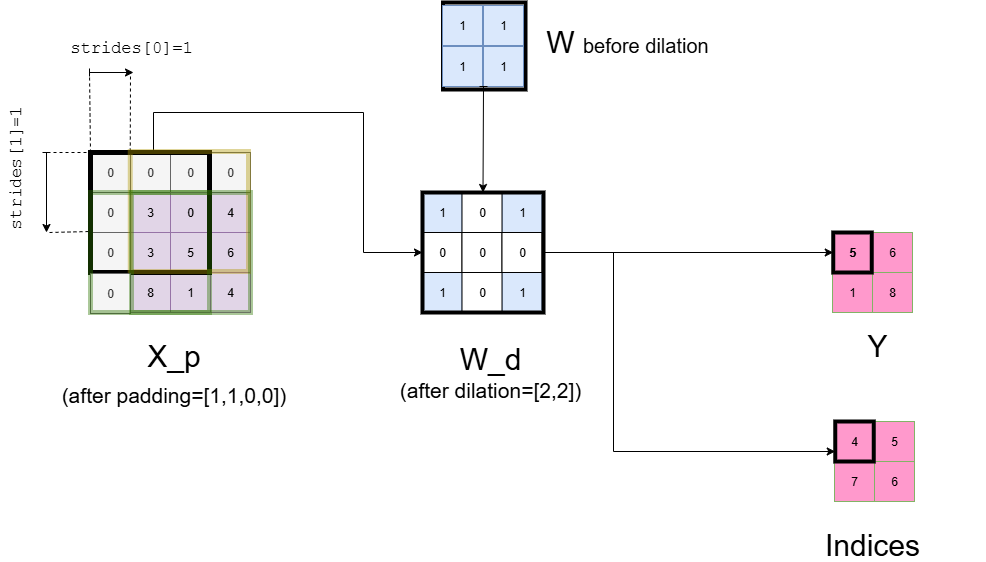
Earlier version of the draw.io export safety-related-profile/sonnx/ops/spec/informal/maxpool/assets/imgs/MaxPool_with_dilation.drawio.png (onnx/working-groups). Source tidied: cells renumbered, new cells last; positions are measured from the earlier drawing's top-left corner, leaving out a move shared by most shapes. Its diagram source:
```xml
<mxGraphModel>
  <root>
    <mxCell id="0" />
    <mxCell id="1" parent="0" />
    <mxCell id="2" value="7" style="whiteSpace=wrap;html=1;fillColor=#ff99cc;strokeColor=#82b366;" parent="1" vertex="1">
      <mxGeometry x="849" y="459" width="40" height="40" as="geometry" />
    </mxCell>
    <mxCell id="3" style="rounded=0;whiteSpace=wrap;html=1;fillColor=none;strokeWidth=4;" parent="1" vertex="1">
      <mxGeometry x="457.5" width="82.5" height="87" as="geometry" />
    </mxCell>
    <mxCell id="4" value="3" style="whiteSpace=wrap;html=1;fillColor=#e1d5e7;strokeColor=#9673a6;" parent="1" vertex="1">
      <mxGeometry x="145" y="190" width="40" height="40" as="geometry" />
    </mxCell>
    <mxCell id="5" value="3" style="whiteSpace=wrap;html=1;fillColor=#e1d5e7;strokeColor=#9673a6;" parent="1" vertex="1">
      <mxGeometry x="145" y="230" width="40" height="40" as="geometry" />
    </mxCell>
    <mxCell id="6" value="5" style="whiteSpace=wrap;html=1;fillColor=#e1d5e7;strokeColor=#9673a6;" parent="1" vertex="1">
      <mxGeometry x="185" y="230" width="40" height="40" as="geometry" />
    </mxCell>
    <mxCell id="7" value="4" style="whiteSpace=wrap;html=1;fillColor=#e1d5e7;strokeColor=#9673a6;" parent="1" vertex="1">
      <mxGeometry x="225" y="190" width="40" height="40" as="geometry" />
    </mxCell>
    <mxCell id="8" value="6" style="whiteSpace=wrap;html=1;fillColor=#e1d5e7;strokeColor=#9673a6;" parent="1" vertex="1">
      <mxGeometry x="225" y="230" width="40" height="40" as="geometry" />
    </mxCell>
    <mxCell id="9" value="8" style="whiteSpace=wrap;html=1;fillColor=#e1d5e7;strokeColor=#9673a6;" parent="1" vertex="1">
      <mxGeometry x="145" y="270" width="40" height="40" as="geometry" />
    </mxCell>
    <mxCell id="10" value="1" style="whiteSpace=wrap;html=1;fillColor=#e1d5e7;strokeColor=#9673a6;" parent="1" vertex="1">
      <mxGeometry x="185" y="270" width="40" height="40" as="geometry" />
    </mxCell>
    <mxCell id="11" value="4" style="whiteSpace=wrap;html=1;fillColor=#e1d5e7;strokeColor=#9673a6;" parent="1" vertex="1">
      <mxGeometry x="225" y="270" width="40" height="40" as="geometry" />
    </mxCell>
    <mxCell id="12" value="0" style="whiteSpace=wrap;html=1;fillColor=#f5f5f5;fontColor=#333333;strokeColor=#666666;" parent="1" vertex="1">
      <mxGeometry x="105" y="150" width="40" height="40" as="geometry" />
    </mxCell>
    <mxCell id="13" value="0" style="whiteSpace=wrap;html=1;fillColor=#f5f5f5;fontColor=#333333;strokeColor=#666666;" parent="1" vertex="1">
      <mxGeometry x="105" y="190" width="40" height="40" as="geometry" />
    </mxCell>
    <mxCell id="14" value="0" style="whiteSpace=wrap;html=1;fillColor=#f5f5f5;fontColor=#333333;strokeColor=#666666;" parent="1" vertex="1">
      <mxGeometry x="105" y="230" width="40" height="40" as="geometry" />
    </mxCell>
    <mxCell id="15" value="0" style="whiteSpace=wrap;html=1;fillColor=#f5f5f5;fontColor=#333333;strokeColor=#666666;" parent="1" vertex="1">
      <mxGeometry x="145" y="150" width="40" height="40" as="geometry" />
    </mxCell>
    <mxCell id="16" value="0" style="whiteSpace=wrap;html=1;fillColor=#f5f5f5;fontColor=#333333;strokeColor=#666666;" parent="1" vertex="1">
      <mxGeometry x="185" y="150" width="40" height="40" as="geometry" />
    </mxCell>
    <mxCell id="17" value="0" style="whiteSpace=wrap;html=1;fillColor=#f5f5f5;fontColor=#333333;strokeColor=#666666;" parent="1" vertex="1">
      <mxGeometry x="225" y="150" width="40" height="40" as="geometry" />
    </mxCell>
    <mxCell id="18" value="0" style="whiteSpace=wrap;html=1;fillColor=#e1d5e7;strokeColor=#9673a6;" parent="1" vertex="1">
      <mxGeometry x="185" y="190" width="40" height="40" as="geometry" />
    </mxCell>
    <mxCell id="19" value="5" style="whiteSpace=wrap;html=1;fillColor=#ff99cc;strokeColor=#82b366;" parent="1" vertex="1">
      <mxGeometry x="847" y="230" width="40" height="40" as="geometry" />
    </mxCell>
    <mxCell id="20" value="6" style="whiteSpace=wrap;html=1;fillColor=#ff99cc;strokeColor=#82b366;" parent="1" vertex="1">
      <mxGeometry x="887" y="230" width="40" height="40" as="geometry" />
    </mxCell>
    <mxCell id="21" value="1" style="whiteSpace=wrap;html=1;fillColor=#ff99cc;strokeColor=#82b366;" parent="1" vertex="1">
      <mxGeometry x="847" y="270" width="40" height="40" as="geometry" />
    </mxCell>
    <mxCell id="22" value="8" style="whiteSpace=wrap;html=1;fillColor=#ff99cc;strokeColor=#82b366;" parent="1" vertex="1">
      <mxGeometry x="887" y="270" width="40" height="40" as="geometry" />
    </mxCell>
    <mxCell id="23" style="endArrow=classic;startArrow=baseDash;html=1;rounded=0;startFill=0;" parent="1" edge="1">
      <mxGeometry relative="1" as="geometry">
        <mxPoint x="104" y="70" as="sourcePoint" />
        <mxPoint x="148" y="70" as="targetPoint" />
      </mxGeometry>
    </mxCell>
    <mxCell id="24" value="&lt;font face=&quot;Courier New&quot; style=&quot;font-size: 17px;&quot;&gt;strides[0]=1&lt;/font&gt;" style="text;html=1;align=center;verticalAlign=middle;whiteSpace=wrap;rounded=0;fontSize=17;" parent="1" vertex="1">
      <mxGeometry x="116" y="30" width="60" height="30" as="geometry" />
    </mxCell>
    <mxCell id="25" value="&lt;span style=&quot;font-size: 30px;&quot;&gt;&lt;font face=&quot;Helvetica&quot;&gt;Y&lt;/font&gt;&lt;/span&gt;" style="text;html=1;align=center;verticalAlign=middle;whiteSpace=wrap;rounded=0;fontSize=14;" parent="1" vertex="1">
      <mxGeometry x="783" y="328" width="218" height="30" as="geometry" />
    </mxCell>
    <mxCell id="26" value="&lt;font face=&quot;Courier New&quot; style=&quot;font-size: 17px;&quot;&gt;strides[1]=1&lt;/font&gt;" style="text;html=1;align=center;verticalAlign=middle;whiteSpace=wrap;rounded=0;fontSize=17;rotation=-90;" parent="1" vertex="1">
      <mxGeometry y="150" width="60" height="30" as="geometry" />
    </mxCell>
    <mxCell id="27" style="endArrow=classic;startArrow=baseDash;html=1;rounded=0;strokeColor=default;align=center;verticalAlign=middle;fontFamily=Helvetica;fontSize=11;fontColor=default;labelBackgroundColor=default;startFill=0;" parent="1" edge="1">
      <mxGeometry relative="1" as="geometry">
        <mxPoint x="61" y="150" as="sourcePoint" />
        <mxPoint x="61" y="230" as="targetPoint" />
      </mxGeometry>
    </mxCell>
    <mxCell id="28" style="endArrow=none;html=1;rounded=0;exitX=1;exitY=0;exitDx=0;exitDy=0;entryX=1;entryY=0;entryDx=0;entryDy=0;" parent="1" edge="1">
      <mxGeometry relative="1" as="geometry">
        <mxPoint x="168.5" y="110" as="sourcePoint" />
        <mxPoint x="177" y="110" as="targetPoint" />
      </mxGeometry>
    </mxCell>
    <mxCell id="29" style="edgeStyle=orthogonalEdgeStyle;rounded=0;jettySize=auto;html=1;entryX=0;entryY=0.5;entryDx=0;entryDy=0;exitX=0.5;exitY=0;exitDx=0;exitDy=0;" parent="1" edge="1" source="46" target="45">
      <mxGeometry relative="1" as="geometry">
        <Array as="points">
          <mxPoint x="168" y="150" />
          <mxPoint x="168" y="110" />
          <mxPoint x="378" y="110" />
          <mxPoint x="378" y="250" />
        </Array>
      </mxGeometry>
    </mxCell>
    <mxCell id="30" value="1" style="whiteSpace=wrap;html=1;fillColor=#dae8fc;strokeColor=#6c8ebf;" parent="1" vertex="1">
      <mxGeometry x="436.5" y="190" width="40" height="40" as="geometry" />
    </mxCell>
    <mxCell id="31" value="1" style="whiteSpace=wrap;html=1;fillColor=#dae8fc;strokeColor=#6c8ebf;" parent="1" vertex="1">
      <mxGeometry x="436.5" y="270" width="40" height="40" as="geometry" />
    </mxCell>
    <mxCell id="32" value="1" style="whiteSpace=wrap;html=1;fillColor=#dae8fc;strokeColor=#6c8ebf;" parent="1" vertex="1">
      <mxGeometry x="516.5" y="190" width="40" height="40" as="geometry" />
    </mxCell>
    <mxCell id="33" value="1" style="whiteSpace=wrap;html=1;fillColor=#dae8fc;strokeColor=#6c8ebf;" parent="1" vertex="1">
      <mxGeometry x="516.5" y="270" width="40" height="40" as="geometry" />
    </mxCell>
    <mxCell id="34" value="0" style="whiteSpace=wrap;html=1;" parent="1" vertex="1">
      <mxGeometry x="436.5" y="230" width="40" height="40" as="geometry" />
    </mxCell>
    <mxCell id="35" value="0" style="whiteSpace=wrap;html=1;" parent="1" vertex="1">
      <mxGeometry x="476.5" y="190" width="40" height="40" as="geometry" />
    </mxCell>
    <mxCell id="36" value="0" style="whiteSpace=wrap;html=1;" parent="1" vertex="1">
      <mxGeometry x="476.5" y="230" width="40" height="40" as="geometry" />
    </mxCell>
    <mxCell id="37" value="0" style="whiteSpace=wrap;html=1;" parent="1" vertex="1">
      <mxGeometry x="476.5" y="270" width="40" height="40" as="geometry" />
    </mxCell>
    <mxCell id="38" value="0" style="whiteSpace=wrap;html=1;" parent="1" vertex="1">
      <mxGeometry x="516.5" y="230" width="40" height="40" as="geometry" />
    </mxCell>
    <mxCell id="39" style="edgeStyle=orthogonalEdgeStyle;rounded=0;jettySize=auto;html=1;entryX=0;entryY=0.5;entryDx=0;entryDy=0;" parent="1" edge="1" source="45" target="57">
      <mxGeometry relative="1" as="geometry" />
    </mxCell>
    <mxCell id="40" value="&lt;div&gt;&lt;font style=&quot;font-size: 30px;&quot;&gt;W_d&lt;/font&gt;&lt;/div&gt;&lt;div&gt;&lt;font style=&quot;font-size: 21px;&quot;&gt;(after dilation=[2,2])&lt;/font&gt;&lt;/div&gt;" style="text;html=1;align=center;verticalAlign=middle;whiteSpace=wrap;rounded=0;fontSize=14;" parent="1" vertex="1">
      <mxGeometry x="409" y="334" width="191.5" height="70" as="geometry" />
    </mxCell>
    <mxCell id="41" style="endArrow=none;dashed=1;html=1;rounded=0;entryX=-0.008;entryY=0.325;entryDx=0;entryDy=0;entryPerimeter=0;" parent="1" edge="1" target="63">
      <mxGeometry relative="1" as="geometry">
        <mxPoint x="64" y="230" as="sourcePoint" />
      </mxGeometry>
    </mxCell>
    <mxCell id="42" style="endArrow=none;dashed=1;html=1;rounded=0;entryX=0;entryY=0;entryDx=0;entryDy=0;" parent="1" edge="1" target="46">
      <mxGeometry relative="1" as="geometry">
        <mxPoint x="68" y="150" as="sourcePoint" />
      </mxGeometry>
    </mxCell>
    <mxCell id="43" style="endArrow=none;dashed=1;html=1;rounded=0;exitX=0;exitY=0;exitDx=0;exitDy=0;" parent="1" edge="1" source="46">
      <mxGeometry relative="1" as="geometry">
        <mxPoint x="104" y="70" as="targetPoint" />
      </mxGeometry>
    </mxCell>
    <mxCell id="44" style="endArrow=none;dashed=1;html=1;rounded=0;exitX=0;exitY=0;exitDx=0;exitDy=0;" parent="1" edge="1" source="47">
      <mxGeometry relative="1" as="geometry">
        <mxPoint x="145" y="70" as="targetPoint" />
      </mxGeometry>
    </mxCell>
    <mxCell id="45" style="rounded=0;whiteSpace=wrap;html=1;fillColor=none;strokeWidth=4;" parent="1" vertex="1">
      <mxGeometry x="437" y="190" width="121" height="120" as="geometry" />
    </mxCell>
    <mxCell id="46" style="rounded=0;whiteSpace=wrap;html=1;fillColor=none;strokeWidth=5;strokeColor=#000000;align=center;verticalAlign=middle;fontFamily=Helvetica;fontSize=12;fontColor=default;" parent="1" vertex="1">
      <mxGeometry x="105" y="150" width="119" height="120" as="geometry" />
    </mxCell>
    <mxCell id="47" style="rounded=0;whiteSpace=wrap;html=1;fillColor=none;strokeWidth=5;opacity=40;strokeColor=#B09500;align=center;verticalAlign=middle;fontFamily=Helvetica;fontSize=12;fontColor=#000000;" parent="1" vertex="1">
      <mxGeometry x="144.8" y="149" width="118.2" height="120" as="geometry" />
    </mxCell>
    <mxCell id="48" value="1" style="whiteSpace=wrap;html=1;fillColor=#dae8fc;strokeColor=#6c8ebf;" parent="1" vertex="1">
      <mxGeometry x="457" y="3" width="40" height="40" as="geometry" />
    </mxCell>
    <mxCell id="49" value="1" style="whiteSpace=wrap;html=1;fillColor=#dae8fc;strokeColor=#6c8ebf;" parent="1" vertex="1">
      <mxGeometry x="457" y="44" width="40" height="40" as="geometry" />
    </mxCell>
    <mxCell id="50" value="1" style="whiteSpace=wrap;html=1;fillColor=#dae8fc;strokeColor=#6c8ebf;" parent="1" vertex="1">
      <mxGeometry x="498" y="3" width="40" height="40" as="geometry" />
    </mxCell>
    <mxCell id="51" value="1" style="whiteSpace=wrap;html=1;fillColor=#dae8fc;strokeColor=#6c8ebf;" parent="1" vertex="1">
      <mxGeometry x="498" y="44" width="40" height="40" as="geometry" />
    </mxCell>
    <mxCell id="52" style="endArrow=classic;startArrow=baseDash;html=1;rounded=0;startFill=0;exitX=0;exitY=1;exitDx=0;exitDy=0;entryX=0.5;entryY=0;entryDx=0;entryDy=0;" parent="1" edge="1" source="51" target="45">
      <mxGeometry relative="1" as="geometry" />
    </mxCell>
    <mxCell id="53" value="&lt;div&gt;&lt;font style=&quot;font-size: 30px;&quot;&gt;W &lt;/font&gt;&lt;font style=&quot;font-size: 20px;&quot;&gt;before dilation&lt;/font&gt;&lt;/div&gt;" style="text;html=1;align=center;verticalAlign=middle;whiteSpace=wrap;rounded=0;fontSize=14;" parent="1" vertex="1">
      <mxGeometry x="556" y="21" width="172" height="36" as="geometry" />
    </mxCell>
    <mxCell id="54" value="4" style="whiteSpace=wrap;html=1;fillColor=#ff99cc;strokeColor=#82b366;" parent="1" vertex="1">
      <mxGeometry x="849" y="419" width="40" height="40" as="geometry" />
    </mxCell>
    <mxCell id="55" value="5" style="whiteSpace=wrap;html=1;fillColor=#ff99cc;strokeColor=#82b366;" parent="1" vertex="1">
      <mxGeometry x="889" y="419" width="40" height="40" as="geometry" />
    </mxCell>
    <mxCell id="56" value="6" style="whiteSpace=wrap;html=1;fillColor=#ff99cc;strokeColor=#82b366;" parent="1" vertex="1">
      <mxGeometry x="889" y="459" width="40" height="40" as="geometry" />
    </mxCell>
    <mxCell id="57" value="5" style="rounded=0;whiteSpace=wrap;html=1;strokeWidth=4;fillColor=none;" parent="1" vertex="1">
      <mxGeometry x="847.8" y="230" width="38.5" height="40" as="geometry" />
    </mxCell>
    <mxCell id="58" style="rounded=0;whiteSpace=wrap;html=1;strokeWidth=4;fillColor=none;" parent="1" vertex="1">
      <mxGeometry x="849.8" y="419" width="38.5" height="40" as="geometry" />
    </mxCell>
    <mxCell id="59" value="&lt;span style=&quot;font-size: 30px;&quot;&gt;&lt;font face=&quot;Helvetica&quot;&gt;Indices&lt;/font&gt;&lt;/span&gt;" style="text;html=1;align=center;verticalAlign=middle;whiteSpace=wrap;rounded=0;fontSize=14;" parent="1" vertex="1">
      <mxGeometry x="778" y="527" width="218" height="30" as="geometry" />
    </mxCell>
    <mxCell id="60" style="edgeStyle=orthogonalEdgeStyle;rounded=0;jettySize=auto;html=1;entryX=0;entryY=0.75;entryDx=0;entryDy=0;exitX=1;exitY=0.5;exitDx=0;exitDy=0;" parent="1" edge="1" source="45" target="58">
      <mxGeometry relative="1" as="geometry">
        <Array as="points">
          <mxPoint x="628" y="250" />
          <mxPoint x="628" y="449" />
        </Array>
      </mxGeometry>
    </mxCell>
    <mxCell id="61" value="X_p&lt;br&gt;&lt;font style=&quot;font-size: 21px;&quot;&gt;(after padding=[1,1,0,0])&lt;/font&gt;" style="text;html=1;align=center;verticalAlign=middle;whiteSpace=wrap;rounded=0;fontSize=30;" parent="1" vertex="1">
      <mxGeometry x="66" y="329" width="245" height="83" as="geometry" />
    </mxCell>
    <mxCell id="62" value="0" style="whiteSpace=wrap;html=1;fillColor=#f5f5f5;fontColor=#333333;strokeColor=#666666;" parent="1" vertex="1">
      <mxGeometry x="105" y="271" width="40" height="40" as="geometry" />
    </mxCell>
    <mxCell id="63" style="rounded=0;whiteSpace=wrap;html=1;fillColor=none;strokeWidth=5;opacity=40;strokeColor=#2D7600;align=center;verticalAlign=middle;fontFamily=Helvetica;fontSize=12;fontColor=#ffffff;" parent="1" vertex="1">
      <mxGeometry x="105" y="190" width="119" height="120" as="geometry" />
    </mxCell>
    <mxCell id="64" style="rounded=0;whiteSpace=wrap;html=1;fillColor=none;strokeWidth=5;opacity=40;strokeColor=#2D7600;align=center;verticalAlign=middle;fontFamily=Helvetica;fontSize=12;fontColor=#ffffff;" parent="1" vertex="1">
      <mxGeometry x="146" y="190" width="119" height="120" as="geometry" />
    </mxCell>
  </root>
</mxGraphModel>
```
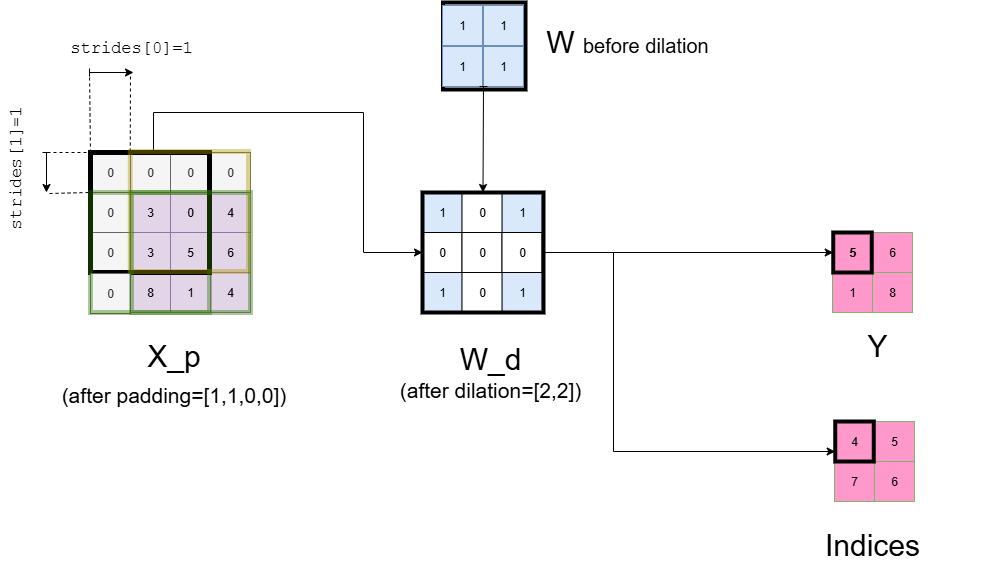
The same file after the commit.

Diff of the diagram source:
```diff
@@ -83,7 +83,7 @@
     <mxCell id="27" style="endArrow=classic;startArrow=baseDash;html=1;rounded=0;strokeColor=default;align=center;verticalAlign=middle;fontFamily=Helvetica;fontSize=11;fontColor=default;labelBackgroundColor=default;startFill=0;" parent="1" edge="1">
       <mxGeometry relative="1" as="geometry">
         <mxPoint x="61" y="150" as="sourcePoint" />
-        <mxPoint x="61" y="230" as="targetPoint" />
+        <mxPoint x="61" y="190" as="targetPoint" />
       </mxGeometry>
     </mxCell>
     <mxCell id="28" style="endArrow=none;html=1;rounded=0;exitX=1;exitY=0;exitDx=0;exitDy=0;entryX=1;entryY=0;entryDx=0;entryDy=0;" parent="1" edge="1">
@@ -135,9 +135,10 @@
     <mxCell id="40" value="&lt;div&gt;&lt;font style=&quot;font-size: 30px;&quot;&gt;W_d&lt;/font&gt;&lt;/div&gt;&lt;div&gt;&lt;font style=&quot;font-size: 21px;&quot;&gt;(after dilation=[2,2])&lt;/font&gt;&lt;/div&gt;" style="text;html=1;align=center;verticalAlign=middle;whiteSpace=wrap;rounded=0;fontSize=14;" parent="1" vertex="1">
       <mxGeometry x="409" y="334" width="191.5" height="70" as="geometry" />
     </mxCell>
-    <mxCell id="41" style="endArrow=none;dashed=1;html=1;rounded=0;entryX=-0.008;entryY=0.325;entryDx=0;entryDy=0;entryPerimeter=0;" parent="1" edge="1" target="63">
+    <mxCell id="41" style="endArrow=none;dashed=1;html=1;rounded=0;entryX=-0.008;entryY=0.325;entryDx=0;entryDy=0;entryPerimeter=0;" parent="1" edge="1">
       <mxGeometry relative="1" as="geometry">
-        <mxPoint x="64" y="230" as="sourcePoint" />
+        <mxPoint x="64" y="191" as="sourcePoint" />
+        <mxPoint x="104" y="190" as="targetPoint" />
       </mxGeometry>
     </mxCell>
     <mxCell id="42" style="endArrow=none;dashed=1;html=1;rounded=0;entryX=0;entryY=0;entryDx=0;entryDy=0;" parent="1" edge="1" target="46">
```
